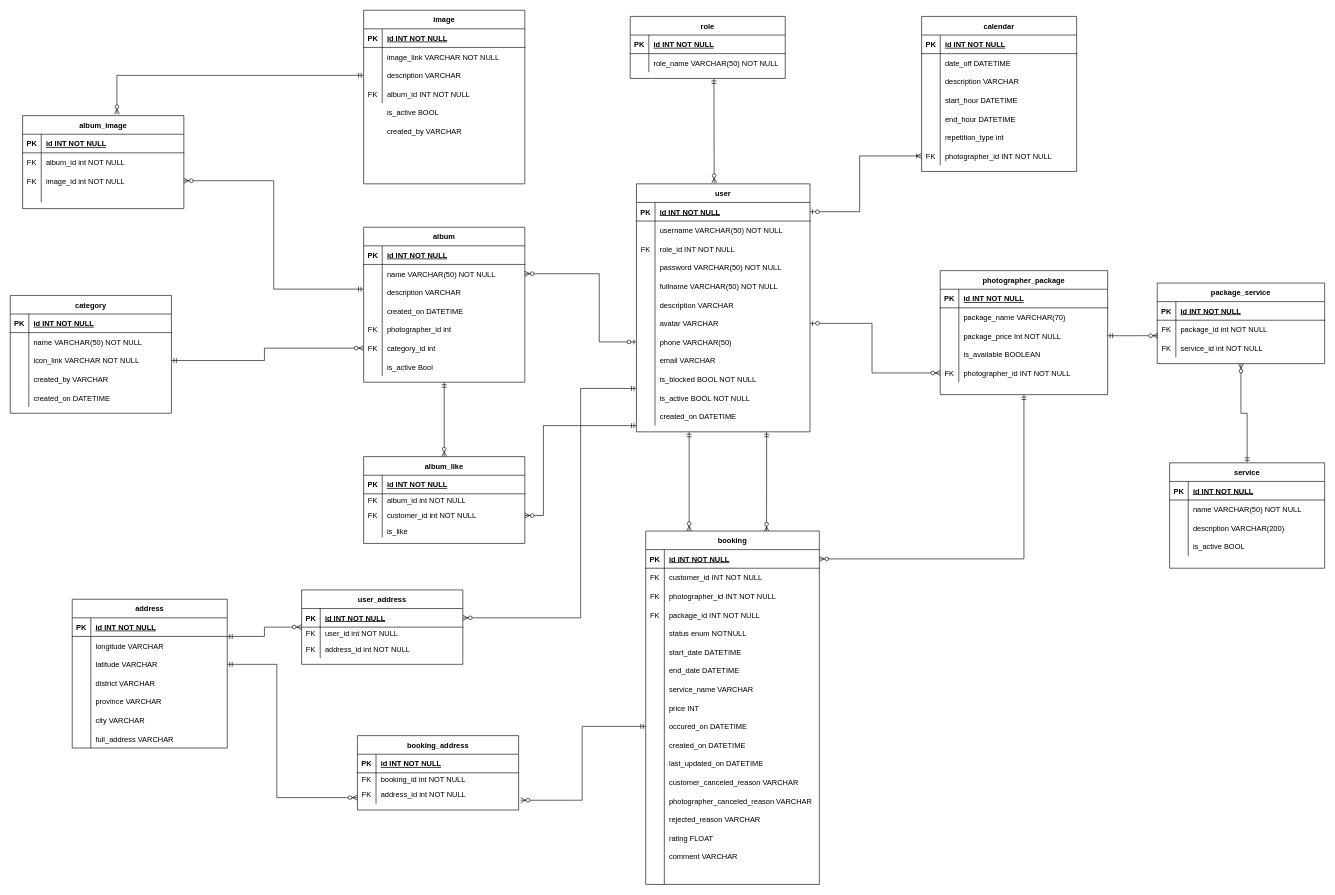
Before: Documents/diagrams/physical-database-051020.drawio in thienthao/pbs, a draw.io diagram. Source tidied: cells renumbered, new cells numbered last; positions are measured from the earlier drawing's top-left corner, leaving out a move shared by most shapes. Both pictures are drawn from the tidied source at 62%, with x=0, y=0 at pixel (10, 10).
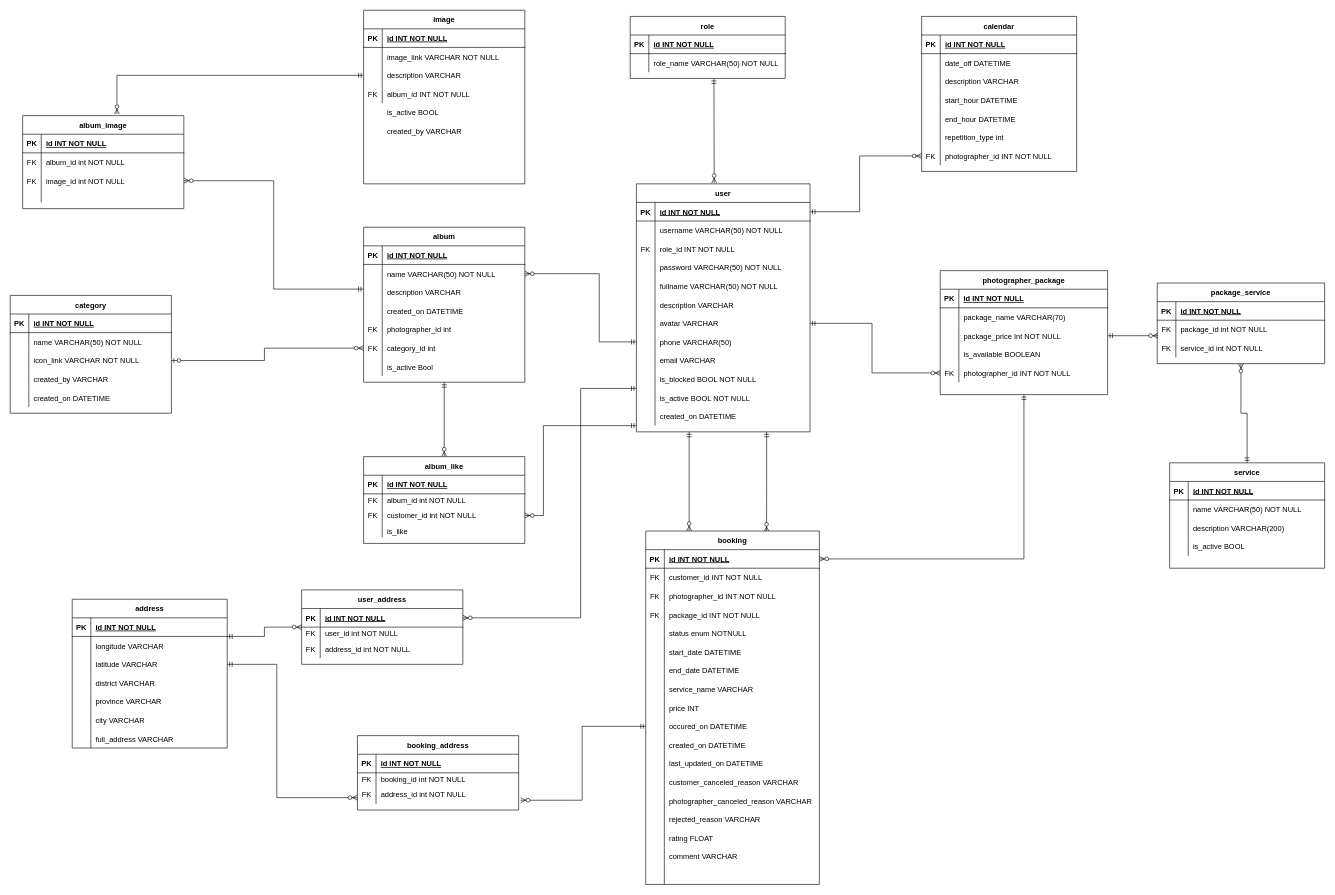
After the change.

Unchanged cells that the change refers to:
```xml
<mxCell id="46" style="shape=partialRectangle;fillColor=none;points=[[0,0.5],[1,0.5]];portConstraint=eastwest;top=0;left=0;right=0;bottom=0;" parent="42" vertex="1">
  <mxGeometry y="60" width="260" height="30" as="geometry" />
</mxCell>
<mxCell id="58" style="shape=partialRectangle;fillColor=none;points=[[0,0.5],[1,0.5]];portConstraint=eastwest;top=0;left=0;right=0;bottom=0;" parent="42" vertex="1">
  <mxGeometry y="180" width="260" height="30" as="geometry" />
</mxCell>
<mxCell id="99" style="shape=partialRectangle;fillColor=none;points=[[0,0.5],[1,0.5]];portConstraint=eastwest;top=0;left=0;right=0;bottom=0;" parent="80" vertex="1">
  <mxGeometry y="210" width="250" height="30" as="geometry" />
</mxCell>
<mxCell id="103" style="shape=partialRectangle;fillColor=none;points=[[0,0.5],[1,0.5]];portConstraint=eastwest;top=0;left=0;right=0;bottom=1;" parent="102" vertex="1">
  <mxGeometry y="30" width="280" height="30" as="geometry" />
</mxCell>
<mxCell id="121" style="shape=partialRectangle;fillColor=none;points=[[0,0.5],[1,0.5]];portConstraint=eastwest;top=0;left=0;right=0;bottom=0;" parent="102" vertex="1">
  <mxGeometry y="210" width="280" height="30" as="geometry" />
</mxCell>
<mxCell id="124" style="shape=partialRectangle;fillColor=none;points=[[0,0.5],[1,0.5]];portConstraint=eastwest;top=0;left=0;right=0;bottom=0;" parent="102" vertex="1">
  <mxGeometry y="240" width="280" height="30" as="geometry" />
</mxCell>
<mxCell id="159" style="shape=partialRectangle;fillColor=none;points=[[0,0.5],[1,0.5]];portConstraint=eastwest;top=0;left=0;right=0;bottom=0;" parent="152" vertex="1">
  <mxGeometry y="90" width="260" height="30" as="geometry" />
</mxCell>
<mxCell id="181" style="shape=partialRectangle;fillColor=none;points=[[0,0.5],[1,0.5]];portConstraint=eastwest;top=0;left=0;right=0;bottom=0;" parent="168" vertex="1">
  <mxGeometry y="150" width="270" height="30" as="geometry" />
</mxCell>
```

Diff of the diagram source:
```diff
@@
-    <mxCell id="4" style="edgeStyle=orthogonalEdgeStyle;rounded=0;jettySize=auto;html=1;entryX=0;entryY=0.5;entryDx=0;entryDy=0;startArrow=ERzeroToOne;startFill=1;endArrow=ERzeroToMany;endFill=1;exitX=1;exitY=0.5;exitDx=0;exitDy=0;" parent="1" edge="1" source="121" target="181">
+    <mxCell id="4" style="edgeStyle=orthogonalEdgeStyle;rounded=0;jettySize=auto;html=1;entryX=0;entryY=0.5;entryDx=0;entryDy=0;startArrow=ERmandOne;startFill=0;endArrow=ERzeroToMany;endFill=1;exitX=1;exitY=0.5;exitDx=0;exitDy=0;" parent="1" edge="1" source="121" target="181">
       <mxGeometry relative="1" as="geometry">
         <Array as="points">
           <mxPoint x="1390" y="505" />
           <mxPoint x="1390" y="585" />
         </Array>
       </mxGeometry>
     </mxCell>
@@
-    <mxCell id="6" style="edgeStyle=orthogonalEdgeStyle;rounded=0;jettySize=auto;html=1;entryX=0;entryY=0.5;entryDx=0;entryDy=0;startArrow=ERmandOne;startFill=0;endArrow=ERzeroToMany;endFill=1;exitX=1;exitY=0.5;exitDx=0;exitDy=0;" parent="1" edge="1" source="159" target="58">
+    <mxCell id="6" style="edgeStyle=orthogonalEdgeStyle;rounded=0;jettySize=auto;html=1;entryX=0;entryY=0.5;entryDx=0;entryDy=0;startArrow=ERzeroToOne;startFill=1;endArrow=ERzeroToMany;endFill=1;exitX=1;exitY=0.5;exitDx=0;exitDy=0;" parent="1" edge="1" source="159" target="58">
       <mxGeometry relative="1" as="geometry">
         <Array as="points">
           <mxPoint x="410" y="565" />
           <mxPoint x="410" y="545" />
         </Array>
       </mxGeometry>
     </mxCell>
@@
-    <mxCell id="8" style="edgeStyle=orthogonalEdgeStyle;rounded=0;jettySize=auto;html=1;entryX=0;entryY=0.5;entryDx=0;entryDy=0;startArrow=ERzeroToOne;startFill=1;endArrow=ERoneToMany;endFill=0;exitX=1;exitY=0.5;exitDx=0;exitDy=0;" parent="1" edge="1" source="103" target="99">
+    <mxCell id="8" style="edgeStyle=orthogonalEdgeStyle;rounded=0;jettySize=auto;html=1;entryX=0;entryY=0.5;entryDx=0;entryDy=0;startArrow=ERmandOne;startFill=0;endArrow=ERzeroToMany;endFill=1;exitX=1;exitY=0.5;exitDx=0;exitDy=0;" parent="1" edge="1" source="103" target="99">
       <mxGeometry relative="1" as="geometry">
         <Array as="points">
           <mxPoint x="1370" y="325" />
           <mxPoint x="1370" y="235" />
         </Array>
       </mxGeometry>
     </mxCell>
-    <mxCell id="9" style="edgeStyle=orthogonalEdgeStyle;rounded=0;jettySize=auto;html=1;exitX=0;exitY=0.5;exitDx=0;exitDy=0;entryX=1;entryY=0.5;entryDx=0;entryDy=0;endArrow=ERzeroToMany;endFill=1;startArrow=ERzeroToOne;startFill=1;" parent="1" edge="1" source="124" target="46">
+    <mxCell id="9" style="edgeStyle=orthogonalEdgeStyle;rounded=0;jettySize=auto;html=1;exitX=0;exitY=0.5;exitDx=0;exitDy=0;entryX=1;entryY=0.5;entryDx=0;entryDy=0;endArrow=ERzeroToMany;endFill=1;startArrow=ERmandOne;startFill=0;" parent="1" edge="1" source="124" target="46">
       <mxGeometry relative="1" as="geometry">
         <Array as="points">
           <mxPoint x="950" y="535" />
           <mxPoint x="950" y="425" />
         </Array>
       </mxGeometry>
     </mxCell>
```
